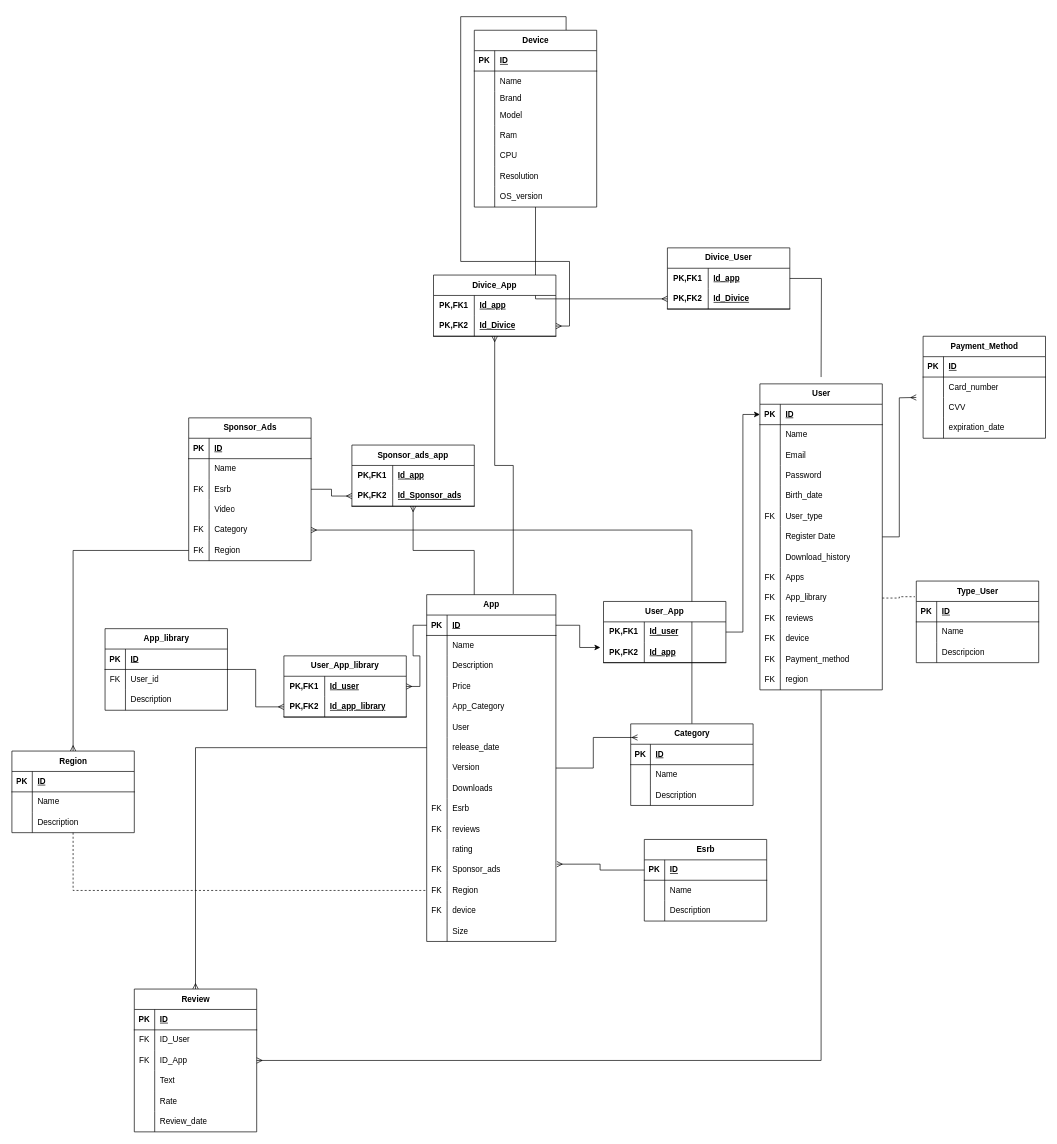
Earlier version of the draw.io diagram sqlfinal.drawio (JSMONTOYAS/Database_foundations). Source tidied: cells renumbered, new cells numbered last; positions are measured from the earlier drawing's top-left corner, leaving out a move shared by most shapes. Both pictures are drawn from the tidied source at 68%, with x=0, y=0 at pixel (12, 30).
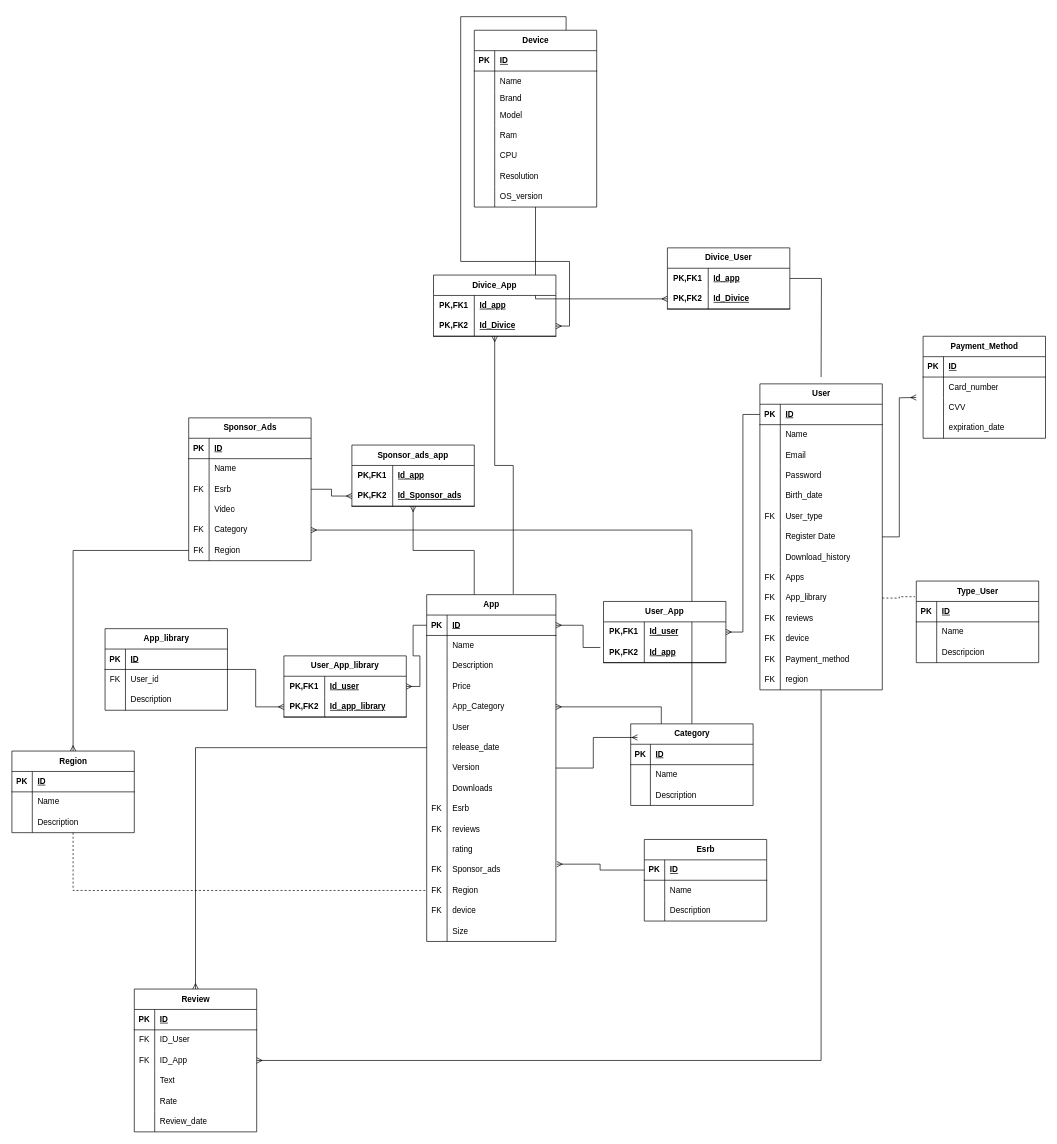
After the change.

Unchanged cells that the change refers to:
```xml
<mxCell id="3" style="shape=tableRow;horizontal=0;startSize=0;swimlaneHead=0;swimlaneBody=0;fillColor=none;points=[[0,0.5],[1,0.5]];portConstraint=eastwest;top=0;left=0;right=0;bottom=1;" parent="2" vertex="1">
  <mxGeometry y="30" width="190" height="30" as="geometry" />
</mxCell>
<mxCell id="15" style="shape=tableRow;horizontal=0;startSize=0;swimlaneHead=0;swimlaneBody=0;fillColor=none;points=[[0,0.5],[1,0.5]];portConstraint=eastwest;top=0;left=0;right=0;bottom=0;" parent="2" vertex="1">
  <mxGeometry y="150" width="190" height="30" as="geometry" />
</mxCell>
<mxCell id="54" style="shape=tableRow;horizontal=0;startSize=0;swimlaneHead=0;swimlaneBody=0;fillColor=none;points=[[0,0.5],[1,0.5]];portConstraint=eastwest;top=0;left=0;right=0;bottom=1;" parent="53" vertex="1">
  <mxGeometry y="30" width="180" height="30" as="geometry" />
</mxCell>
<mxCell id="117" value="Category" style="shape=table;startSize=30;childLayout=tableLayout;rowLines=0;fontStyle=1;align=center;html=1;" parent="1" vertex="1">
  <mxGeometry x="910" y="1020" width="180" height="120" as="geometry" />
</mxCell>
<mxCell id="231" style="shape=tableRow;horizontal=0;startSize=0;swimlaneHead=0;swimlaneBody=0;fillColor=none;points=[[0,0.5],[1,0.5]];portConstraint=eastwest;top=0;left=0;right=0;bottom=0;html=1;" parent="230" vertex="1">
  <mxGeometry y="30" width="180" height="30" as="geometry" />
</mxCell>
<mxCell id="234" style="shape=tableRow;horizontal=0;startSize=0;swimlaneHead=0;swimlaneBody=0;fillColor=none;points=[[0,0.5],[1,0.5]];portConstraint=eastwest;top=0;left=0;right=0;bottom=1;html=1;" parent="230" vertex="1">
  <mxGeometry y="60" width="180" height="30" as="geometry" />
</mxCell>
```

What changed in the source:
```diff
@@
-    <mxCell id="237" style="edgeStyle=orthogonalEdgeStyle;rounded=0;jettySize=auto;html=1;entryX=0;entryY=0.5;entryDx=0;entryDy=0;" parent="1" edge="1" source="231" target="54">
+    <mxCell id="237" style="edgeStyle=orthogonalEdgeStyle;rounded=0;jettySize=auto;html=1;entryX=0;entryY=0.5;entryDx=0;entryDy=0;endArrow=none;endFill=0;startArrow=ERmany;startFill=0;" parent="1" edge="1" source="231" target="54">
       <mxGeometry relative="1" as="geometry" />
     </mxCell>
-    <mxCell id="238" style="edgeStyle=orthogonalEdgeStyle;rounded=0;jettySize=auto;html=1;entryX=-0.026;entryY=0.256;entryDx=0;entryDy=0;entryPerimeter=0;exitX=1;exitY=0.5;exitDx=0;exitDy=0;" parent="1" edge="1" source="3" target="234">
-      <mxGeometry relative="1" as="geometry" />
+    <mxCell id="238" style="edgeStyle=orthogonalEdgeStyle;rounded=0;jettySize=auto;html=1;entryX=-0.026;entryY=0.256;entryDx=0;entryDy=0;entryPerimeter=0;exitX=1;exitY=0.5;exitDx=0;exitDy=0;endArrow=none;endFill=0;startArrow=ERmany;startFill=0;" parent="1" edge="1" source="3" target="234">
+      <mxGeometry relative="1" as="geometry">
+        <Array as="points">
+          <mxPoint x="840" y="875" />
+          <mxPoint x="840" y="908" />
+        </Array>
+      </mxGeometry>
     </mxCell>
@@
+    <mxCell id="274" style="edgeStyle=orthogonalEdgeStyle;rounded=0;jettySize=auto;html=1;entryX=0.25;entryY=0;entryDx=0;entryDy=0;endArrow=none;endFill=0;startArrow=ERmany;startFill=0;" parent="1" edge="1" source="15" target="117">
+      <mxGeometry relative="1" as="geometry" />
+    </mxCell>
```
